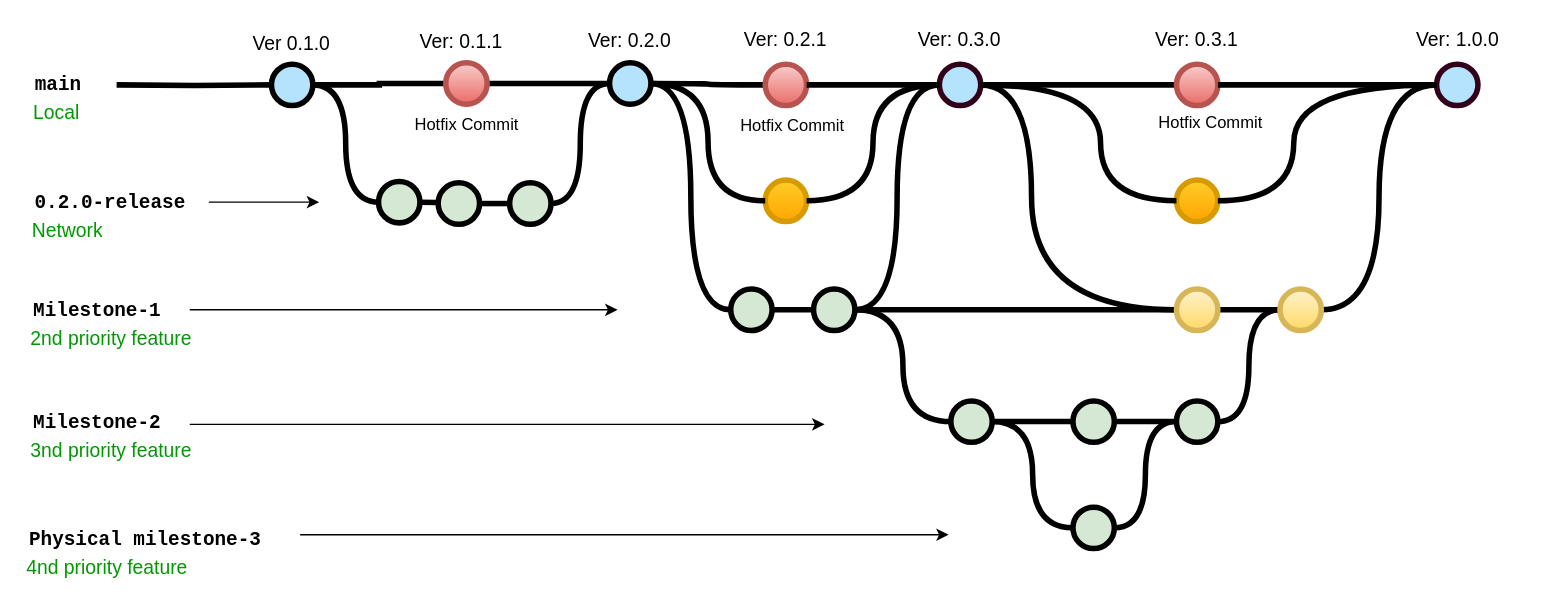
Before: Documents/Milestone-diagram.drawio in Unslinga/DivingEd, a draw.io diagram. Source tidied: cells renumbered, new cells numbered last; positions are measured from the earlier drawing's top-left corner, leaving out a move shared by most shapes. Both pictures are drawn from the tidied source at 138%, with x=0, y=0 at pixel (23, 23).
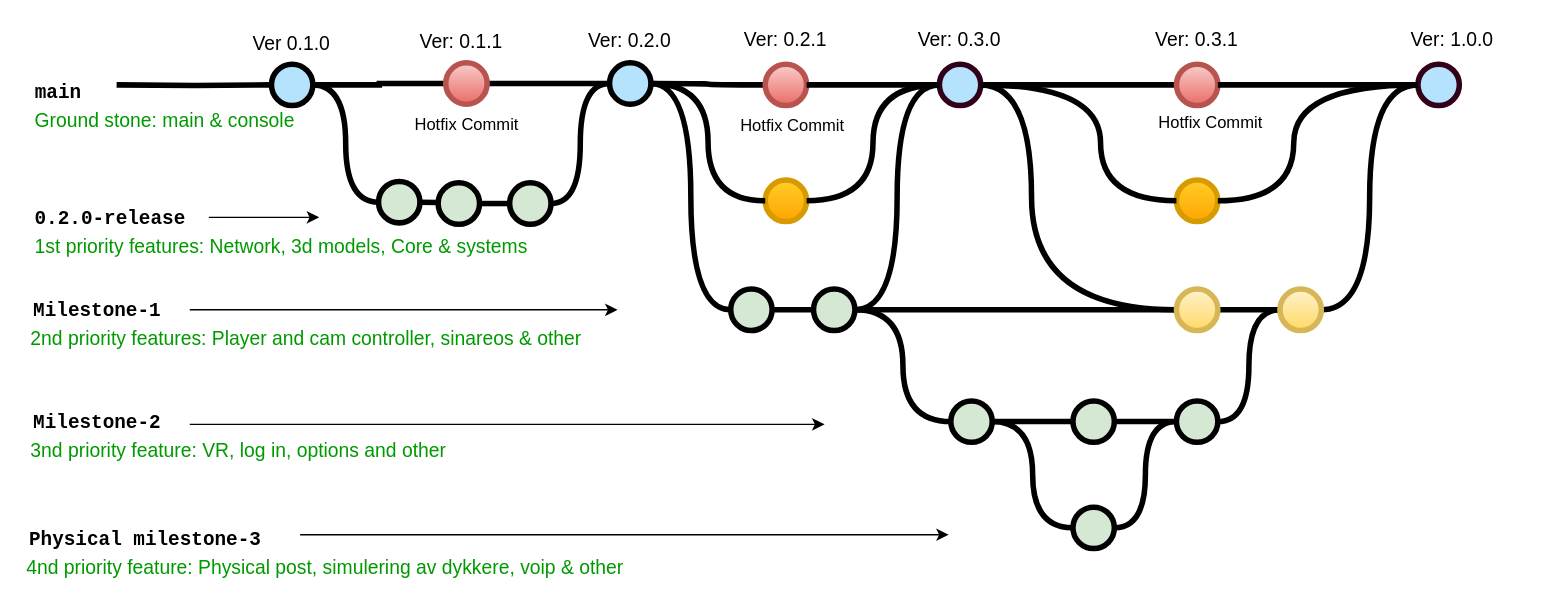
After the change.

Commit message (it also covers changes not shown here):
Milestone diagram update

Unchanged cells that the change refers to:
```xml
<mxCell id="5" style="verticalLabelPosition=bottom;verticalAlign=top;html=1;strokeWidth=4;shape=mxgraph.flowchart.on-page_reference;plain-blue;gradientColor=none;fillColor=#B5E3Fe;strokeColor=#000000;" parent="1" vertex="1">
  <mxGeometry x="179.2" y="29" width="30" height="30" as="geometry" />
</mxCell>
<mxCell id="45" style="verticalLabelPosition=bottom;verticalAlign=top;html=1;strokeWidth=4;shape=mxgraph.flowchart.on-page_reference;plain-blue;gradientColor=#EA6B66;strokeColor=#B85450;fillColor=#F8CECC;" parent="1" vertex="1">
  <mxGeometry x="305.5" y="28" width="30" height="30" as="geometry" />
</mxCell>
```

What changed in the source:
```diff
@@
     <mxCell id="3" style="edgeStyle=orthogonalEdgeStyle;rounded=0;html=1;jettySize=auto;plain-blue;endArrow=none;endFill=0;strokeWidth=4;strokeColor=#000000;entryX=0;entryY=0.5;entryDx=0;entryDy=0;entryPerimeter=0;" parent="1" edge="1" source="5" target="45">
-      <mxGeometry x="219.2" y="204" as="geometry" />
+      <mxGeometry x="214.2" y="84" as="geometry" />
     </mxCell>
@@
     <mxCell id="10" style="edgeStyle=orthogonalEdgeStyle;rounded=0;html=1;jettySize=auto;strokeWidth=4;endArrow=none;endFill=0;" parent="1" edge="1" target="5">
-      <mxGeometry x="119.2" y="204" as="geometry">
+      <mxGeometry x="114.2" y="84" as="geometry">
         <mxPoint x="67" y="44" as="sourcePoint" />
       </mxGeometry>
     </mxCell>
     <mxCell id="11" value="main" style="text;html=1;strokeColor=none;fillColor=none;align=center;verticalAlign=middle;whiteSpace=wrap;overflow=hidden;fontSize=14;fontStyle=1;fontFamily=Courier New;" parent="1" vertex="1">
-      <mxGeometry y="23" width="50" height="42" as="geometry" />
+      <mxGeometry y="29" width="50" height="42" as="geometry" />
     </mxCell>
@@
     <mxCell id="18" value="0.2.0-release" style="text;html=1;strokeColor=none;fillColor=none;align=left;verticalAlign=middle;whiteSpace=wrap;overflow=hidden;fontSize=14;fontStyle=1;fontFamily=Courier New;" parent="1" vertex="1">
-      <mxGeometry x="5.8" y="119" width="121.2" height="20" as="geometry" />
+      <mxGeometry x="5.8" y="130" width="121.2" height="20" as="geometry" />
     </mxCell>
@@
-    <mxCell id="31" value="2nd priority feature" style="text;html=1;strokeColor=none;fillColor=none;align=left;verticalAlign=middle;whiteSpace=wrap;overflow=hidden;fontSize=14;fontStyle=0;fontColor=#009900;" parent="1" vertex="1">
-      <mxGeometry x="2.8" y="217" width="134.2" height="20" as="geometry" />
+    <mxCell id="31" value="2nd priority features: Player and cam controller, sinareos &amp;amp; other" style="text;html=1;strokeColor=none;fillColor=none;align=left;verticalAlign=middle;whiteSpace=wrap;overflow=hidden;fontSize=14;fontStyle=0;fontColor=#009900;" parent="1" vertex="1">
+      <mxGeometry x="2.8" y="217" width="452.2" height="20" as="geometry" />
     </mxCell>
-    <mxCell id="32" value="3nd priority feature" style="text;html=1;strokeColor=none;fillColor=none;align=left;verticalAlign=middle;whiteSpace=wrap;overflow=hidden;fontSize=14;fontStyle=0;fontColor=#009900;" parent="1" vertex="1">
-      <mxGeometry x="2.8" y="298" width="134.2" height="20" as="geometry" />
+    <mxCell id="32" value="3nd priority feature: VR, log in, options and other" style="text;html=1;strokeColor=none;fillColor=none;align=left;verticalAlign=middle;whiteSpace=wrap;overflow=hidden;fontSize=14;fontStyle=0;fontColor=#009900;" parent="1" vertex="1">
+      <mxGeometry x="2.8" y="298" width="582.2" height="20" as="geometry" />
     </mxCell>
-    <mxCell id="33" value="Network" style="text;html=1;strokeColor=none;fillColor=none;align=left;verticalAlign=middle;whiteSpace=wrap;overflow=hidden;fontSize=14;fontStyle=0;fontColor=#009900;" parent="1" vertex="1">
-      <mxGeometry x="3.8" y="139" width="63.2" height="20" as="geometry" />
+    <mxCell id="33" value="1st priority features: Network, 3d models, Core &amp;amp; systems" style="text;html=1;strokeColor=none;fillColor=none;align=left;verticalAlign=middle;whiteSpace=wrap;overflow=hidden;fontSize=14;fontStyle=0;fontColor=#009900;" parent="1" vertex="1">
+      <mxGeometry x="5.8" y="150" width="421.2" height="20" as="geometry" />
     </mxCell>
-    <mxCell id="34" value="Local&amp;nbsp;" style="text;html=1;strokeColor=none;fillColor=none;align=left;verticalAlign=middle;whiteSpace=wrap;overflow=hidden;fontSize=14;fontStyle=0;fontColor=#009900;" parent="1" vertex="1">
-      <mxGeometry x="5.2" y="53" width="41.8" height="20" as="geometry" />
+    <mxCell id="34" value="Ground stone: main &amp;amp; console" style="text;html=1;strokeColor=none;fillColor=none;align=left;verticalAlign=middle;whiteSpace=wrap;overflow=hidden;fontSize=14;fontStyle=0;fontColor=#009900;" parent="1" vertex="1">
+      <mxGeometry x="5.8" y="59" width="199.8" height="20" as="geometry" />
     </mxCell>
@@
     <mxCell id="37" style="endArrow=classic;html=1;strokeWidth=1;fontFamily=Courier New;fontColor=#009900;" parent="1" edge="1">
       <mxGeometry relative="1" as="geometry">
-        <mxPoint x="133.8" y="129" as="sourcePoint" />
-        <mxPoint x="213.8" y="129" as="targetPoint" />
+        <mxPoint x="133.8" y="140" as="sourcePoint" />
+        <mxPoint x="213.8" y="140" as="targetPoint" />
       </mxGeometry>
     </mxCell>
@@
     <mxCell id="49" style="verticalLabelPosition=bottom;verticalAlign=top;html=1;strokeWidth=4;shape=mxgraph.flowchart.on-page_reference;plain-blue;gradientColor=none;strokeColor=#33001A;fillColor=#B5E3FE;" parent="1" vertex="1">
-      <mxGeometry x="1023.5" y="29" width="30" height="30" as="geometry" />
+      <mxGeometry x="1010" y="29" width="30" height="30" as="geometry" />
     </mxCell>
@@
     <mxCell id="55" value="Ver: 1.0.0" style="text;html=1;strokeColor=none;fillColor=none;align=center;verticalAlign=middle;whiteSpace=wrap;overflow=hidden;fontSize=14;" parent="1" vertex="1">
-      <mxGeometry x="983.5" width="110" height="20" as="geometry" />
+      <mxGeometry x="980" width="110" height="20" as="geometry" />
     </mxCell>
@@
-    <mxCell id="57" value="4nd priority feature" style="text;html=1;strokeColor=none;fillColor=none;align=left;verticalAlign=middle;whiteSpace=wrap;overflow=hidden;fontSize=14;fontStyle=0;fontColor=#009900;" parent="1" vertex="1">
-      <mxGeometry y="383" width="127" height="20" as="geometry" />
+    <mxCell id="57" value="4nd priority feature: Physical post, simulering av dykkere, voip &amp;amp; other" style="text;html=1;strokeColor=none;fillColor=none;align=left;verticalAlign=middle;whiteSpace=wrap;overflow=hidden;fontSize=14;fontStyle=0;fontColor=#009900;" parent="1" vertex="1">
+      <mxGeometry y="383" width="465" height="20" as="geometry" />
     </mxCell>
```
